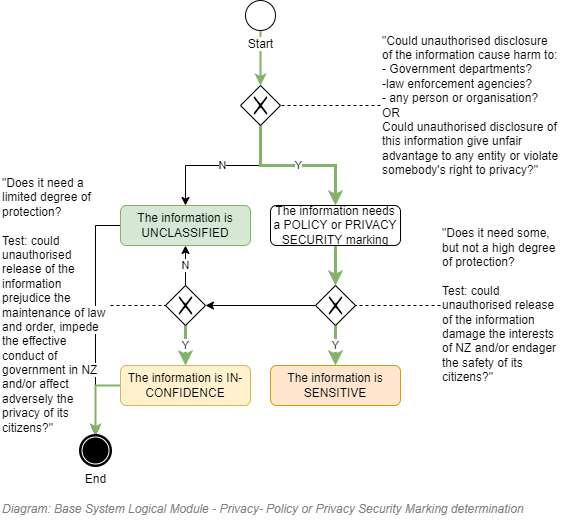
Above: 22.Privacy View/00.Images/Privacy View - NZ Govt Specific - Privacy Or Security Marking.drawio.png in skysgh/System.Design.Resources.Service (draw.io), before the change. Source tidied: cells renumbered, new cells last; positions are measured from the earlier drawing's top-left corner, leaving out a move shared by most shapes. The source it was exported from:
```xml
<mxGraphModel>
  <root>
    <mxCell id="0" />
    <mxCell id="1" value="Diagram" parent="0" />
    <mxCell id="2" value="Y" style="edgeStyle=orthogonalEdgeStyle;rounded=0;jettySize=auto;html=1;entryX=0.5;entryY=0;entryDx=0;entryDy=0;fillColor=#d5e8d4;strokeColor=#82b366;strokeWidth=3;" parent="1" edge="1" source="4" target="9">
      <mxGeometry relative="1" as="geometry" />
    </mxCell>
    <mxCell id="3" style="edgeStyle=orthogonalEdgeStyle;rounded=0;jettySize=auto;html=1;entryX=1;entryY=0.5;entryDx=0;entryDy=0;" parent="1" edge="1" source="4" target="19">
      <mxGeometry relative="1" as="geometry" />
    </mxCell>
    <mxCell id="4" style="shape=mxgraph.bpmn.shape;html=1;verticalLabelPosition=bottom;labelBackgroundColor=#ffffff;verticalAlign=top;align=center;perimeter=rhombusPerimeter;background=gateway;outlineConnect=0;outline=none;symbol=exclusiveGw;fontFamily=Helvetica;fontSize=12;fontColor=#000000;strokeColor=#000000;fillColor=#ffffff;" parent="1" vertex="1">
      <mxGeometry x="315" y="285" width="40" height="40" as="geometry" />
    </mxCell>
    <mxCell id="5" style="edgeStyle=orthogonalEdgeStyle;rounded=0;jettySize=auto;html=1;entryX=1;entryY=0.5;entryDx=0;entryDy=0;dashed=1;endArrow=none;endFill=0;" parent="1" edge="1" source="6" target="12">
      <mxGeometry relative="1" as="geometry" />
    </mxCell>
    <mxCell id="6" value="&lt;span style=&quot;background-color: rgb(255 , 255 , 255)&quot;&gt;&quot;Could unauthorised disclosure of the information cause harm to:&lt;/span&gt;&lt;br&gt;&lt;span style=&quot;background-color: rgb(255 , 255 , 255)&quot;&gt;- Government departments?&lt;/span&gt;&lt;br&gt;&lt;span style=&quot;background-color: rgb(255 , 255 , 255)&quot;&gt;-law enforcement agencies?&lt;/span&gt;&lt;br&gt;&lt;span style=&quot;background-color: rgb(255 , 255 , 255)&quot;&gt;- any person or organisation?&lt;/span&gt;&lt;br&gt;&lt;span style=&quot;background-color: rgb(255 , 255 , 255)&quot;&gt;OR&lt;/span&gt;&lt;br&gt;&lt;span style=&quot;background-color: rgb(255 , 255 , 255)&quot;&gt;Could unauthorised disclosure of this information give unfair advantage to any entity or violate somebody's right to privacy?&quot;&lt;/span&gt;" style="text;html=1;strokeColor=none;fillColor=none;align=left;verticalAlign=middle;whiteSpace=wrap;rounded=0;" parent="1" vertex="1">
      <mxGeometry x="380" y="35" width="180" height="140" as="geometry" />
    </mxCell>
    <mxCell id="7" style="edgeStyle=orthogonalEdgeStyle;rounded=0;jettySize=auto;html=1;endArrow=classic;endFill=1;entryX=0.5;entryY=0;entryDx=0;entryDy=0;" parent="1" edge="1" source="8" target="24">
      <mxGeometry relative="1" as="geometry" />
    </mxCell>
    <mxCell id="8" value="The information is UNCLASSIFIED" style="shape=ext;rounded=1;html=1;whiteSpace=wrap;fillColor=#d5e8d4;strokeColor=#82b366;" parent="1" vertex="1">
      <mxGeometry x="120" y="205" width="130" height="40" as="geometry" />
    </mxCell>
    <mxCell id="9" value="The information is SENSITIVE" style="shape=ext;rounded=1;html=1;whiteSpace=wrap;fillColor=#ffe6cc;strokeColor=#d79b00;" parent="1" vertex="1">
      <mxGeometry x="270" y="365" width="130" height="40" as="geometry" />
    </mxCell>
    <mxCell id="10" value="N" style="edgeStyle=orthogonalEdgeStyle;rounded=0;jettySize=auto;html=1;entryX=0.5;entryY=0;entryDx=0;entryDy=0;" parent="1" edge="1" source="12" target="8">
      <mxGeometry relative="1" as="geometry" />
    </mxCell>
    <mxCell id="11" value="Y" style="edgeStyle=orthogonalEdgeStyle;rounded=0;jettySize=auto;html=1;entryX=0.5;entryY=0;entryDx=0;entryDy=0;fillColor=#d5e8d4;strokeColor=#82b366;strokeWidth=3;" parent="1" edge="1" source="12" target="16">
      <mxGeometry relative="1" as="geometry">
        <Array as="points">
          <mxPoint x="260" y="165" />
          <mxPoint x="335" y="165" />
        </Array>
      </mxGeometry>
    </mxCell>
    <mxCell id="12" style="shape=mxgraph.bpmn.shape;html=1;verticalLabelPosition=bottom;labelBackgroundColor=#ffffff;verticalAlign=top;align=center;perimeter=rhombusPerimeter;background=gateway;outlineConnect=0;outline=none;symbol=exclusiveGw;fontFamily=Helvetica;fontSize=12;fontColor=#000000;strokeColor=#000000;fillColor=#ffffff;" parent="1" vertex="1">
      <mxGeometry x="240" y="85" width="40" height="40" as="geometry" />
    </mxCell>
    <mxCell id="13" style="edgeStyle=orthogonalEdgeStyle;rounded=0;jettySize=auto;html=1;entryX=1;entryY=0.5;entryDx=0;entryDy=0;dashed=1;endArrow=none;endFill=0;" parent="1" edge="1" source="14" target="4">
      <mxGeometry relative="1" as="geometry" />
    </mxCell>
    <mxCell id="14" value="&lt;span style=&quot;background-color: rgb(255 , 255 , 255)&quot;&gt;&quot;Does it need some, but not a high degree of protection?&lt;br&gt;&lt;/span&gt;&lt;br&gt;Test: could unauthorised release of the information damage the interests of NZ and/or endager the safety of its citizens?&quot;" style="text;html=1;strokeColor=none;fillColor=none;align=left;verticalAlign=middle;whiteSpace=wrap;rounded=0;" parent="1" vertex="1">
      <mxGeometry x="440" y="230" width="120" height="150" as="geometry" />
    </mxCell>
    <mxCell id="15" style="edgeStyle=orthogonalEdgeStyle;rounded=0;jettySize=auto;html=1;entryX=0.5;entryY=0;entryDx=0;entryDy=0;fillColor=#d5e8d4;strokeColor=#82b366;strokeWidth=3;" parent="1" edge="1" source="16" target="4">
      <mxGeometry relative="1" as="geometry" />
    </mxCell>
    <mxCell id="16" value="The information needs a POLICY or PRIVACY SECURITY marking" style="shape=ext;rounded=1;html=1;whiteSpace=wrap;" parent="1" vertex="1">
      <mxGeometry x="270" y="205" width="130" height="40" as="geometry" />
    </mxCell>
    <mxCell id="17" value="N" style="edgeStyle=orthogonalEdgeStyle;rounded=0;jettySize=auto;html=1;entryX=0.5;entryY=1;entryDx=0;entryDy=0;" parent="1" edge="1" source="19" target="8">
      <mxGeometry relative="1" as="geometry" />
    </mxCell>
    <mxCell id="18" value="Y" style="edgeStyle=orthogonalEdgeStyle;rounded=0;jettySize=auto;html=1;entryX=0.5;entryY=0;entryDx=0;entryDy=0;fillColor=#d5e8d4;strokeColor=#82b366;strokeWidth=3;" parent="1" edge="1" source="19" target="23">
      <mxGeometry relative="1" as="geometry" />
    </mxCell>
    <mxCell id="19" style="shape=mxgraph.bpmn.shape;html=1;verticalLabelPosition=bottom;labelBackgroundColor=#ffffff;verticalAlign=top;align=center;perimeter=rhombusPerimeter;background=gateway;outlineConnect=0;outline=none;symbol=exclusiveGw;fontFamily=Helvetica;fontSize=12;fontColor=#000000;strokeColor=#000000;fillColor=#ffffff;" parent="1" vertex="1">
      <mxGeometry x="165" y="285" width="40" height="40" as="geometry" />
    </mxCell>
    <mxCell id="20" style="edgeStyle=orthogonalEdgeStyle;rounded=0;jettySize=auto;html=1;entryX=0;entryY=0.5;entryDx=0;entryDy=0;dashed=1;endArrow=none;endFill=0;" parent="1" edge="1" source="21" target="19">
      <mxGeometry relative="1" as="geometry" />
    </mxCell>
    <mxCell id="21" value="&lt;span style=&quot;background-color: rgb(255 , 255 , 255)&quot;&gt;&quot;Does it need a limited degree of protection?&lt;br&gt;&lt;br&gt;Test: could unauthorised release of the information prejudice the maintenance of law and order, impede the effective conduct of government in NZ and/or affect adversely the privacy of its citizens?&quot;&lt;br&gt;&lt;/span&gt;" style="text;html=1;strokeColor=none;fillColor=none;align=left;verticalAlign=middle;whiteSpace=wrap;rounded=0;" parent="1" vertex="1">
      <mxGeometry y="175" width="110" height="260" as="geometry" />
    </mxCell>
    <mxCell id="22" style="edgeStyle=orthogonalEdgeStyle;rounded=0;jettySize=auto;html=1;entryX=0.5;entryY=0;entryDx=0;entryDy=0;endArrow=classic;endFill=1;strokeWidth=2;fillColor=#d5e8d4;strokeColor=#82b366;" parent="1" edge="1" source="23" target="24">
      <mxGeometry relative="1" as="geometry" />
    </mxCell>
    <mxCell id="23" value="The information is IN-CONFIDENCE" style="shape=ext;rounded=1;html=1;whiteSpace=wrap;fillColor=#fff2cc;strokeColor=#d6b656;" parent="1" vertex="1">
      <mxGeometry x="120" y="365" width="130" height="40" as="geometry" />
    </mxCell>
    <mxCell id="24" value="End" style="shape=mxgraph.bpmn.shape;html=1;verticalLabelPosition=bottom;labelBackgroundColor=#ffffff;verticalAlign=top;align=center;perimeter=ellipsePerimeter;outlineConnect=0;outline=end;symbol=terminate;" parent="1" vertex="1">
      <mxGeometry x="80" y="435" width="30" height="30" as="geometry" />
    </mxCell>
    <mxCell id="25" style="edgeStyle=orthogonalEdgeStyle;rounded=0;jettySize=auto;html=1;entryX=0.5;entryY=0;entryDx=0;entryDy=0;endArrow=classic;endFill=1;fillColor=#d5e8d4;strokeColor=#82b366;strokeWidth=2;" parent="1" edge="1" source="26" target="12">
      <mxGeometry relative="1" as="geometry" />
    </mxCell>
    <mxCell id="26" value="Start" style="shape=mxgraph.bpmn.shape;html=1;verticalLabelPosition=bottom;labelBackgroundColor=#ffffff;verticalAlign=top;align=center;perimeter=ellipsePerimeter;outlineConnect=0;outline=standard;symbol=general;" parent="1" vertex="1">
      <mxGeometry x="245" width="30" height="30" as="geometry" />
    </mxCell>
    <mxCell id="27" value="&lt;font style=&quot;font-size: 12px&quot;&gt;&lt;span style=&quot;font-size: 12px&quot;&gt;Diagram: Base System Logical Module -&amp;nbsp;&lt;/span&gt;Privacy- Policy or Privacy Security Marking determination&lt;/font&gt;" style="text;strokeColor=none;fillColor=none;html=1;fontSize=24;fontStyle=2;verticalAlign=middle;align=left;shadow=0;glass=0;comic=0;opacity=30;fontColor=#808080;" parent="1" vertex="1">
      <mxGeometry y="495" width="520" height="20" as="geometry" />
    </mxCell>
    <mxCell id="28" value="Title/Diagram" parent="0" />
  </root>
</mxGraphModel>
```
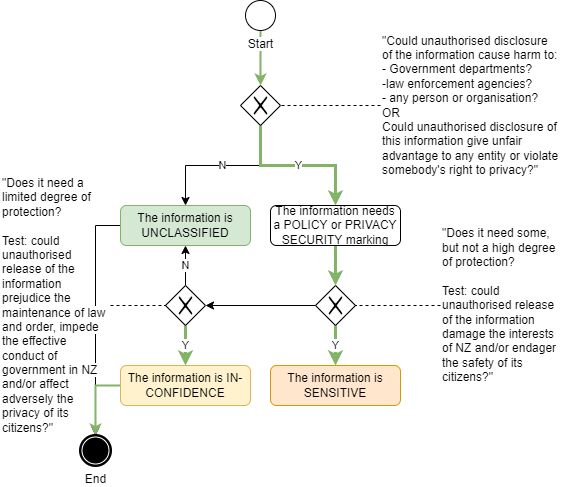
After the commit.

Diff of the diagram source:
```diff
@@ -82,9 +82,5 @@
     <mxCell id="26" value="Start" style="shape=mxgraph.bpmn.shape;html=1;verticalLabelPosition=bottom;labelBackgroundColor=#ffffff;verticalAlign=top;align=center;perimeter=ellipsePerimeter;outlineConnect=0;outline=standard;symbol=general;" parent="1" vertex="1">
       <mxGeometry x="245" width="30" height="30" as="geometry" />
     </mxCell>
-    <mxCell id="27" value="&lt;font style=&quot;font-size: 12px&quot;&gt;&lt;span style=&quot;font-size: 12px&quot;&gt;Diagram: Base System Logical Module -&amp;nbsp;&lt;/span&gt;Privacy- Policy or Privacy Security Marking determination&lt;/font&gt;" style="text;strokeColor=none;fillColor=none;html=1;fontSize=24;fontStyle=2;verticalAlign=middle;align=left;shadow=0;glass=0;comic=0;opacity=30;fontColor=#808080;" parent="1" vertex="1">
-      <mxGeometry y="495" width="520" height="20" as="geometry" />
-    </mxCell>
-    <mxCell id="28" value="Title/Diagram" parent="0" />
   </root>
 </mxGraphModel>
```
